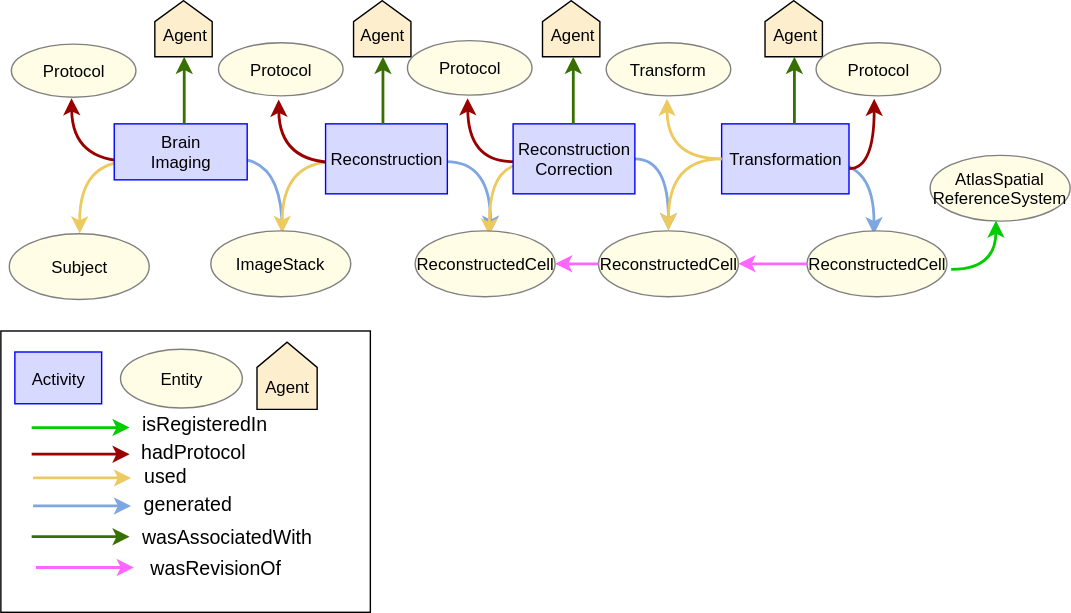
INCF/neuroshapes keeps this draw.io diagram as provpatterns/assets/transform-morphology-atlas-space-prov-template.svg. Above is the earlier version. Source tidied: cells renumbered, new cells last; positions are measured from the earlier drawing's top-left corner, leaving out a move shared by most shapes. Its diagram source:
```xml
<mxGraphModel>
  <root>
    <mxCell id="0" />
    <mxCell id="1" parent="0" />
    <mxCell id="2" style="endArrow=classic;html=1;entryX=0.5;entryY=1;exitX=0;exitY=0.5;edgeStyle=orthogonalEdgeStyle;curved=1;strokeColor=#990000;strokeWidth=2;" parent="1" edge="1">
      <mxGeometry relative="1" as="geometry">
        <mxPoint x="93" y="114.7" as="sourcePoint" />
        <mxPoint x="50.5" y="69.7" as="targetPoint" />
      </mxGeometry>
    </mxCell>
    <mxCell id="3" style="edgeStyle=orthogonalEdgeStyle;curved=1;rounded=0;html=1;exitX=0;exitY=0.5;entryX=0.5;entryY=0;jettySize=auto;orthogonalLoop=1;strokeColor=#EDCA5F;strokeWidth=2;" parent="1" edge="1">
      <mxGeometry relative="1" as="geometry">
        <mxPoint x="93" y="114.7" as="sourcePoint" />
        <mxPoint x="56.3" y="166.3" as="targetPoint" />
      </mxGeometry>
    </mxCell>
    <mxCell id="4" style="edgeStyle=orthogonalEdgeStyle;curved=1;rounded=0;html=1;exitX=1;exitY=0.5;jettySize=auto;orthogonalLoop=1;strokeWidth=2;strokeColor=#7EA6E0;endArrow=none;endFill=0;" parent="1" edge="1">
      <mxGeometry relative="1" as="geometry">
        <mxPoint x="168" y="113" as="sourcePoint" />
        <mxPoint x="201" y="164" as="targetPoint" />
      </mxGeometry>
    </mxCell>
    <mxCell id="5" style="edgeStyle=orthogonalEdgeStyle;curved=1;rounded=0;html=1;exitX=0;exitY=0.5;entryX=0.5;entryY=0;jettySize=auto;orthogonalLoop=1;strokeColor=#EDCA5F;fillColor=#fff2cc;strokeWidth=2;" parent="1" edge="1">
      <mxGeometry relative="1" as="geometry">
        <mxPoint x="239" y="115" as="sourcePoint" />
        <mxPoint x="201" y="166" as="targetPoint" />
      </mxGeometry>
    </mxCell>
    <mxCell id="6" style="edgeStyle=orthogonalEdgeStyle;curved=1;rounded=0;html=1;exitX=1;exitY=0.5;jettySize=auto;orthogonalLoop=1;strokeWidth=2;strokeColor=#7EA6E0;entryX=0.5;entryY=0;" parent="1" edge="1">
      <mxGeometry relative="1" as="geometry">
        <mxPoint x="318.2" y="115" as="sourcePoint" />
        <mxPoint x="349.8" y="165.8" as="targetPoint" />
      </mxGeometry>
    </mxCell>
    <mxCell id="7" style="endArrow=classic;html=1;entryX=0.5;entryY=1;exitX=0;exitY=0.5;edgeStyle=orthogonalEdgeStyle;curved=1;strokeColor=#990000;strokeWidth=2;" parent="1" edge="1">
      <mxGeometry relative="1" as="geometry">
        <mxPoint x="241" y="115.7" as="sourcePoint" />
        <mxPoint x="198.5" y="70.7" as="targetPoint" />
      </mxGeometry>
    </mxCell>
    <mxCell id="8" style="edgeStyle=orthogonalEdgeStyle;curved=1;rounded=0;html=1;jettySize=auto;strokeWidth=2;strokeColor=#7EA6E0;entryX=0.5;entryY=0;exitX=1;exitY=0.5;" parent="1" edge="1" source="14" target="19">
      <mxGeometry relative="1" as="geometry" />
    </mxCell>
    <mxCell id="9" style="edgeStyle=orthogonalEdgeStyle;curved=1;rounded=0;html=1;exitX=1;exitY=0.5;jettySize=auto;orthogonalLoop=1;strokeWidth=2;strokeColor=#7EA6E0;entryX=0.5;entryY=0;" parent="1" edge="1">
      <mxGeometry relative="1" as="geometry">
        <mxPoint x="592.2" y="116" as="sourcePoint" />
        <mxPoint x="623.8" y="166.8" as="targetPoint" />
      </mxGeometry>
    </mxCell>
    <mxCell id="10" style="endArrow=classic;html=1;entryX=0.5;entryY=1;edgeStyle=orthogonalEdgeStyle;curved=1;strokeColor=#990000;strokeWidth=2;" parent="1" edge="1">
      <mxGeometry relative="1" as="geometry">
        <mxPoint x="366" y="115" as="sourcePoint" />
        <mxPoint x="333.5" y="69.7" as="targetPoint" />
      </mxGeometry>
    </mxCell>
    <mxCell id="11" style="edgeStyle=orthogonalEdgeStyle;curved=1;rounded=0;html=1;entryX=0.5;entryY=0;jettySize=auto;orthogonalLoop=1;strokeColor=#EDCA5F;fillColor=#fff2cc;strokeWidth=2;" parent="1" edge="1">
      <mxGeometry relative="1" as="geometry">
        <mxPoint x="374" y="117" as="sourcePoint" />
        <mxPoint x="349" y="167.7" as="targetPoint" />
      </mxGeometry>
    </mxCell>
    <mxCell id="12" value="Brain&lt;br&gt;Imaging&lt;br&gt;" style="rounded=0;whiteSpace=wrap;html=1;strokeColor=#0000ff;fillColor=#d8d9fe;fontSize=12;" parent="1" vertex="1">
      <mxGeometry x="81" y="88" width="95" height="40" as="geometry" />
    </mxCell>
    <mxCell id="13" value="Reconstruction&lt;br&gt;" style="rounded=0;whiteSpace=wrap;html=1;strokeColor=#0000ff;fillColor=#d8d9fe;fontSize=12;" parent="1" vertex="1">
      <mxGeometry x="232" y="88" width="87" height="50" as="geometry" />
    </mxCell>
    <mxCell id="14" value="Reconstruction&lt;div&gt;Correction&lt;/div&gt;" style="rounded=0;whiteSpace=wrap;html=1;strokeColor=#0000ff;fillColor=#d8d9fe;fontSize=12;" parent="1" vertex="1">
      <mxGeometry x="366" y="88" width="87" height="50" as="geometry" />
    </mxCell>
    <mxCell id="15" value="Transformation&lt;br&gt;" style="rounded=0;whiteSpace=wrap;html=1;strokeColor=#0000ff;fillColor=#d8d9fe;fontSize=12;" parent="1" vertex="1">
      <mxGeometry x="515" y="88" width="91" height="50" as="geometry" />
    </mxCell>
    <mxCell id="16" value="Subject" style="ellipse;whiteSpace=wrap;html=1;fillColor=#FFFDE5;strokeColor=#808080;fontSize=12;" parent="1" vertex="1">
      <mxGeometry x="6" y="166" width="100" height="47" as="geometry" />
    </mxCell>
    <mxCell id="17" value="ImageStack" style="ellipse;whiteSpace=wrap;html=1;fillColor=#FFFDE5;strokeColor=#808080;fontSize=12;" parent="1" vertex="1">
      <mxGeometry x="150" y="164" width="100" height="47" as="geometry" />
    </mxCell>
    <mxCell id="18" value="ReconstructedCell" style="ellipse;whiteSpace=wrap;html=1;fillColor=#FFFDE5;strokeColor=#808080;fontSize=12;" parent="1" vertex="1">
      <mxGeometry x="296" y="164" width="100" height="47" as="geometry" />
    </mxCell>
    <mxCell id="19" value="ReconstructedCell" style="ellipse;whiteSpace=wrap;html=1;fillColor=#FFFDE5;strokeColor=#808080;fontSize=12;" parent="1" vertex="1">
      <mxGeometry x="426.5" y="164" width="100" height="47" as="geometry" />
    </mxCell>
    <mxCell id="20" value="ReconstructedCell&lt;br&gt;" style="ellipse;whiteSpace=wrap;html=1;fillColor=#FFFDE5;strokeColor=#808080;fontSize=12;" parent="1" vertex="1">
      <mxGeometry x="576" y="164" width="100" height="47" as="geometry" />
    </mxCell>
    <mxCell id="21" style="endArrow=classic;html=1;strokeColor=#FF66FF;strokeWidth=2;fillColor=#f8cecc;entryX=1;entryY=0.5;exitX=0;exitY=0.5;" parent="1" edge="1" source="20" target="19">
      <mxGeometry relative="1" as="geometry" />
    </mxCell>
    <mxCell id="22" style="endArrow=classic;html=1;strokeColor=#FF66FF;strokeWidth=2;fillColor=#f8cecc;entryX=1;entryY=0.5;exitX=0;exitY=0.5;" parent="1" edge="1" source="19" target="18">
      <mxGeometry relative="1" as="geometry" />
    </mxCell>
    <mxCell id="23" value="&#10;Agent " style="group;fontSize=12;" parent="1" vertex="1">
      <mxGeometry x="110" width="42" height="40" as="geometry" />
    </mxCell>
    <mxCell id="24" style="shape=offPageConnector;strokeColor=#000000;fillColor=#fdeecd;rotation=-180;verticalAlign=top;horizontal=1;html=1;whiteSpace=wrap;align=center;fontSize=12;" parent="23" vertex="1">
      <mxGeometry width="41" height="40" as="geometry" />
    </mxCell>
    <mxCell id="25" value="Agent" style="text;html=1;strokeColor=none;fillColor=none;align=center;verticalAlign=middle;whiteSpace=wrap;rounded=0;fontSize=12;" parent="23" vertex="1">
      <mxGeometry x="2" y="14" width="40" height="20" as="geometry" />
    </mxCell>
    <mxCell id="26" style="endArrow=classic;html=1;fontSize=12;strokeWidth=2;strokeColor=#387000;entryX=0.5;entryY=0;" parent="1" edge="1" target="24">
      <mxGeometry relative="1" as="geometry">
        <mxPoint x="131" y="88" as="sourcePoint" />
      </mxGeometry>
    </mxCell>
    <mxCell id="27" value="&#10;Agent " style="group;fontSize=12;" parent="1" vertex="1">
      <mxGeometry x="254" width="49" height="50" as="geometry" />
    </mxCell>
    <mxCell id="28" style="shape=offPageConnector;strokeColor=#000000;fillColor=#fdeecd;rotation=-180;verticalAlign=top;horizontal=1;html=1;whiteSpace=wrap;align=center;fontSize=12;" parent="27" vertex="1">
      <mxGeometry x="-2" width="41" height="40" as="geometry" />
    </mxCell>
    <mxCell id="29" value="Agent" style="text;html=1;strokeColor=none;fillColor=none;align=center;verticalAlign=middle;whiteSpace=wrap;rounded=0;fontSize=12;" parent="27" vertex="1">
      <mxGeometry x="-1" y="14" width="40" height="20" as="geometry" />
    </mxCell>
    <mxCell id="30" style="endArrow=classic;html=1;fontSize=12;strokeWidth=2;strokeColor=#387000;" parent="1" edge="1">
      <mxGeometry relative="1" as="geometry">
        <mxPoint x="273" y="88" as="sourcePoint" />
        <mxPoint x="273" y="40" as="targetPoint" />
      </mxGeometry>
    </mxCell>
    <mxCell id="31" value="&#10;Agent " style="group;fontSize=12;" parent="1" vertex="1">
      <mxGeometry x="387" width="42" height="40" as="geometry" />
    </mxCell>
    <mxCell id="32" style="shape=offPageConnector;strokeColor=#000000;fillColor=#fdeecd;rotation=-180;verticalAlign=top;horizontal=1;html=1;whiteSpace=wrap;align=center;fontSize=12;" parent="31" vertex="1">
      <mxGeometry width="41" height="40" as="geometry" />
    </mxCell>
    <mxCell id="33" value="Agent" style="text;html=1;strokeColor=none;fillColor=none;align=center;verticalAlign=middle;whiteSpace=wrap;rounded=0;fontSize=12;" parent="31" vertex="1">
      <mxGeometry x="2" y="14" width="40" height="20" as="geometry" />
    </mxCell>
    <mxCell id="34" value="&#10;Agent " style="group;fontSize=12;" parent="1" vertex="1">
      <mxGeometry x="546" width="42" height="40" as="geometry" />
    </mxCell>
    <mxCell id="35" style="shape=offPageConnector;strokeColor=#000000;fillColor=#fdeecd;rotation=-180;verticalAlign=top;horizontal=1;html=1;whiteSpace=wrap;align=center;fontSize=12;" parent="34" vertex="1">
      <mxGeometry width="41" height="40" as="geometry" />
    </mxCell>
    <mxCell id="36" value="Agent" style="text;html=1;strokeColor=none;fillColor=none;align=center;verticalAlign=middle;whiteSpace=wrap;rounded=0;fontSize=12;" parent="34" vertex="1">
      <mxGeometry x="2" y="14" width="40" height="20" as="geometry" />
    </mxCell>
    <mxCell id="37" style="endArrow=classic;html=1;fontSize=12;strokeWidth=2;strokeColor=#387000;entryX=0.5;entryY=0;" parent="1" edge="1" target="35">
      <mxGeometry relative="1" as="geometry">
        <mxPoint x="567" y="88" as="sourcePoint" />
      </mxGeometry>
    </mxCell>
    <mxCell id="38" style="endArrow=classic;html=1;fontSize=12;strokeWidth=2;strokeColor=#387000;entryX=0.5;entryY=0;" parent="1" edge="1">
      <mxGeometry relative="1" as="geometry">
        <mxPoint x="409" y="88" as="sourcePoint" />
        <mxPoint x="409" y="40" as="targetPoint" />
      </mxGeometry>
    </mxCell>
    <mxCell id="39" style="endArrow=classic;html=1;entryX=0.5;entryY=1;exitX=1;exitY=0.5;edgeStyle=orthogonalEdgeStyle;curved=1;strokeColor=#990000;strokeWidth=2;" parent="1" edge="1">
      <mxGeometry relative="1" as="geometry">
        <mxPoint x="606" y="120" as="sourcePoint" />
        <mxPoint x="624" y="70" as="targetPoint" />
        <Array as="points">
          <mxPoint x="624" y="120" />
        </Array>
      </mxGeometry>
    </mxCell>
    <mxCell id="40" style="edgeStyle=orthogonalEdgeStyle;curved=1;rounded=0;html=1;exitX=0;exitY=0.5;entryX=0.5;entryY=1;jettySize=auto;strokeColor=#EDCA5F;strokeWidth=2;fillColor=none;" parent="1" edge="1" source="15">
      <mxGeometry relative="1" as="geometry">
        <mxPoint x="476" y="70" as="targetPoint" />
      </mxGeometry>
    </mxCell>
    <mxCell id="41" value="AtlasSpatial&lt;div&gt;ReferenceSystem&lt;/div&gt;" style="ellipse;whiteSpace=wrap;html=1;fillColor=#FFFDE5;strokeColor=#808080;fontSize=12;" parent="1" vertex="1">
      <mxGeometry x="664" y="110" width="100" height="47" as="geometry" />
    </mxCell>
    <mxCell id="42" style="endArrow=classic;html=1;strokeColor=#00CC00;strokeWidth=2;edgeStyle=orthogonalEdgeStyle;curved=1;" parent="1" edge="1">
      <mxGeometry relative="1" as="geometry">
        <mxPoint x="679" y="192" as="sourcePoint" />
        <mxPoint x="711" y="157" as="targetPoint" />
        <Array as="points">
          <mxPoint x="711" y="192" />
        </Array>
      </mxGeometry>
    </mxCell>
    <mxCell id="43" style="endArrow=classic;html=1;strokeColor=#EDCA5F;strokeWidth=2;" parent="1" edge="1">
      <mxGeometry relative="1" as="geometry">
        <mxPoint x="23" y="341" as="sourcePoint" />
        <mxPoint x="93" y="341" as="targetPoint" />
      </mxGeometry>
    </mxCell>
    <mxCell id="44" value="&lt;span style=&quot;font-size: 14px&quot;&gt;used&lt;/span&gt;" style="text;html=1;strokeColor=none;fillColor=none;align=center;verticalAlign=middle;whiteSpace=wrap;" parent="1" vertex="1">
      <mxGeometry x="100" y="329" width="35" height="20" as="geometry" />
    </mxCell>
    <mxCell id="45" style="endArrow=classic;html=1;strokeColor=#7EA6E0;strokeWidth=2;" parent="1" edge="1">
      <mxGeometry relative="1" as="geometry">
        <mxPoint x="23" y="361" as="sourcePoint" />
        <mxPoint x="93" y="361" as="targetPoint" />
      </mxGeometry>
    </mxCell>
    <mxCell id="46" value="&lt;span style=&quot;font-size: 14px&quot;&gt;generated&lt;/span&gt;" style="text;html=1;strokeColor=none;fillColor=none;align=center;verticalAlign=middle;whiteSpace=wrap;" parent="1" vertex="1">
      <mxGeometry x="101" y="349" width="65" height="20" as="geometry" />
    </mxCell>
    <mxCell id="47" style="endArrow=classic;html=1;strokeColor=#990000;strokeWidth=2;" parent="1" edge="1">
      <mxGeometry relative="1" as="geometry">
        <mxPoint x="22" y="324" as="sourcePoint" />
        <mxPoint x="92" y="324" as="targetPoint" />
      </mxGeometry>
    </mxCell>
    <mxCell id="48" value="&lt;span style=&quot;font-size: 14px&quot;&gt;hadProtocol&lt;/span&gt;" style="text;html=1;strokeColor=none;fillColor=none;align=center;verticalAlign=middle;whiteSpace=wrap;" parent="1" vertex="1">
      <mxGeometry x="100" y="312" width="75" height="20" as="geometry" />
    </mxCell>
    <mxCell id="49" style="endArrow=classic;html=1;strokeColor=#00CC00;strokeWidth=2;" parent="1" edge="1">
      <mxGeometry relative="1" as="geometry">
        <mxPoint x="22" y="305" as="sourcePoint" />
        <mxPoint x="92" y="305" as="targetPoint" />
      </mxGeometry>
    </mxCell>
    <mxCell id="50" value="&lt;span style=&quot;font-size: 14px&quot;&gt;isRegisteredIn&lt;br&gt;&lt;/span&gt;" style="text;html=1;strokeColor=none;fillColor=none;align=center;verticalAlign=middle;whiteSpace=wrap;fontSize=11;" parent="1" vertex="1">
      <mxGeometry x="108" y="292" width="75" height="20" as="geometry" />
    </mxCell>
    <mxCell id="51" value="&lt;span style=&quot;font-size: 14px&quot;&gt;wasAssociatedWith&lt;/span&gt;" style="text;html=1;strokeColor=none;fillColor=none;align=center;verticalAlign=middle;whiteSpace=wrap;" parent="1" vertex="1">
      <mxGeometry x="129" y="373" width="65" height="20" as="geometry" />
    </mxCell>
    <mxCell id="52" style="endArrow=classic;html=1;exitX=0.5;exitY=0;fontSize=12;strokeWidth=2;strokeColor=#387000;" parent="1" edge="1">
      <mxGeometry relative="1" as="geometry">
        <mxPoint x="22" y="383" as="sourcePoint" />
        <mxPoint x="92" y="383" as="targetPoint" />
      </mxGeometry>
    </mxCell>
    <mxCell id="53" value="Activity" style="rounded=0;whiteSpace=wrap;html=1;strokeColor=#0000ff;fillColor=#d8d9fe;fontSize=12;" parent="1" vertex="1">
      <mxGeometry x="10" y="251" width="62" height="37" as="geometry" />
    </mxCell>
    <mxCell id="54" value="Entity" style="ellipse;whiteSpace=wrap;html=1;fillColor=#FFFDE5;strokeColor=#808080;fontSize=12;" parent="1" vertex="1">
      <mxGeometry x="85" y="249" width="87" height="42" as="geometry" />
    </mxCell>
    <mxCell id="55" style="group;" parent="1" vertex="1">
      <mxGeometry x="183" y="244" width="43" height="48" as="geometry" />
    </mxCell>
    <mxCell id="56" style="shape=offPageConnector;strokeColor=#000000;fillColor=#fdeecd;rotation=-180;verticalAlign=top;horizontal=1;html=1;whiteSpace=wrap;align=center;fontSize=12;" parent="55" vertex="1">
      <mxGeometry width="43" height="48" as="geometry" />
    </mxCell>
    <mxCell id="57" value="Agent" style="text;html=1;strokeColor=none;fillColor=none;align=center;verticalAlign=middle;whiteSpace=wrap;rounded=0;fontSize=12;" parent="55" vertex="1">
      <mxGeometry x="18.3" y="30.4" width="6.4" height="3.2" as="geometry" />
    </mxCell>
    <mxCell id="58" style="rounded=0;whiteSpace=wrap;html=1;fillColor=none;" parent="1" vertex="1">
      <mxGeometry y="236" width="264" height="201" as="geometry" />
    </mxCell>
    <mxCell id="59" style="endArrow=classic;html=1;strokeColor=#FF66FF;strokeWidth=2;fillColor=#f8cecc;" parent="1" edge="1">
      <mxGeometry relative="1" as="geometry">
        <mxPoint x="25" y="405" as="sourcePoint" />
        <mxPoint x="95" y="405" as="targetPoint" />
      </mxGeometry>
    </mxCell>
    <mxCell id="60" value="&lt;span style=&quot;font-size: 14px&quot;&gt;wasRevisionOf&lt;/span&gt;" style="text;html=1;strokeColor=none;fillColor=none;align=center;verticalAlign=middle;whiteSpace=wrap;" parent="1" vertex="1">
      <mxGeometry x="102" y="397" width="104" height="16" as="geometry" />
    </mxCell>
    <mxCell id="61" value="Protocol" style="ellipse;whiteSpace=wrap;html=1;fillColor=#FFFDE5;strokeColor=#808080;fontSize=12;" parent="1" vertex="1">
      <mxGeometry x="290" y="28" width="89" height="39" as="geometry" />
    </mxCell>
    <mxCell id="62" value="Protocol" style="ellipse;whiteSpace=wrap;html=1;fillColor=#FFFDE5;strokeColor=#808080;fontSize=12;" parent="1" vertex="1">
      <mxGeometry x="155" y="30" width="89" height="38" as="geometry" />
    </mxCell>
    <mxCell id="63" value="Protocol" style="ellipse;whiteSpace=wrap;html=1;fillColor=#FFFDE5;strokeColor=#808080;fontSize=12;" parent="1" vertex="1">
      <mxGeometry x="7" y="31" width="89" height="38" as="geometry" />
    </mxCell>
    <mxCell id="64" value="Protocol" style="ellipse;whiteSpace=wrap;html=1;fillColor=#FFFDE5;strokeColor=#808080;fontSize=12;" parent="1" vertex="1">
      <mxGeometry x="582" y="30" width="89" height="38" as="geometry" />
    </mxCell>
    <mxCell id="65" value="Transform" style="ellipse;whiteSpace=wrap;html=1;fillColor=#FFFDE5;strokeColor=#808080;fontSize=12;" parent="1" vertex="1">
      <mxGeometry x="432" y="30" width="89" height="38" as="geometry" />
    </mxCell>
    <mxCell id="66" style="edgeStyle=orthogonalEdgeStyle;curved=1;rounded=0;html=1;entryX=0.5;entryY=0;jettySize=auto;strokeColor=#EDCA5F;fillColor=#fff2cc;strokeWidth=2;exitX=0;exitY=0.5;" parent="1" edge="1" source="15" target="19">
      <mxGeometry relative="1" as="geometry" />
    </mxCell>
  </root>
</mxGraphModel>
```
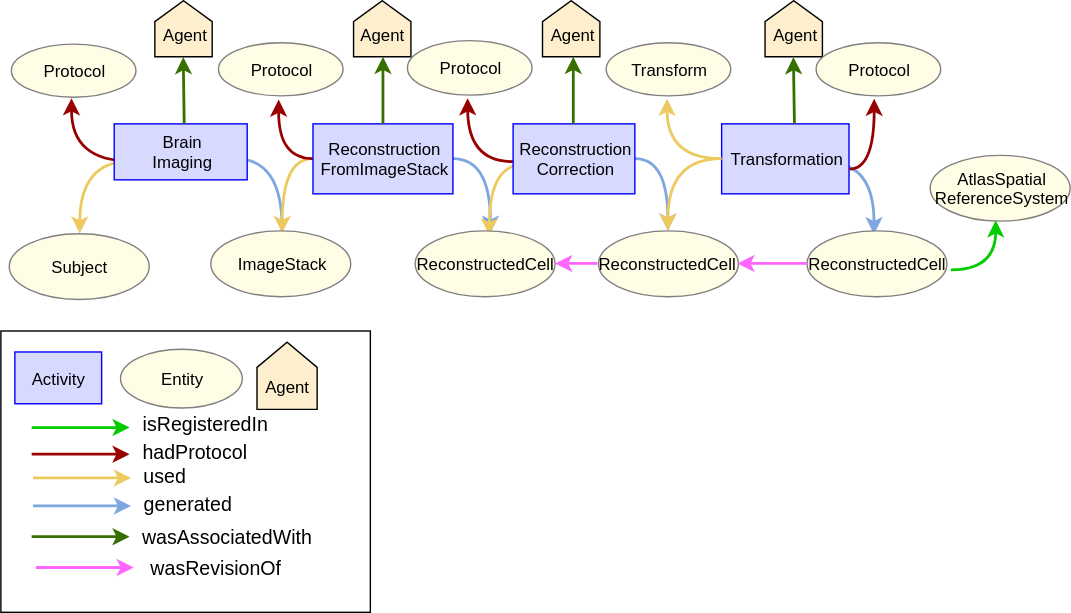
Later version of the same file.

Commit message:
Added ReconstructionFromImageStack schema

Change to the diagram source:
```diff
@@ -20,21 +20,18 @@
         <mxPoint x="201" y="164" as="targetPoint" />
       </mxGeometry>
     </mxCell>
-    <mxCell id="5" style="edgeStyle=orthogonalEdgeStyle;curved=1;rounded=0;html=1;exitX=0;exitY=0.5;entryX=0.5;entryY=0;jettySize=auto;orthogonalLoop=1;strokeColor=#EDCA5F;fillColor=#fff2cc;strokeWidth=2;" parent="1" edge="1">
+    <mxCell id="5" style="edgeStyle=orthogonalEdgeStyle;curved=1;rounded=0;html=1;exitX=0;exitY=0.5;entryX=0.5;entryY=0;jettySize=auto;strokeColor=#EDCA5F;fillColor=#fff2cc;strokeWidth=2;" parent="1" edge="1" source="13">
       <mxGeometry relative="1" as="geometry">
-        <mxPoint x="239" y="115" as="sourcePoint" />
         <mxPoint x="201" y="166" as="targetPoint" />
       </mxGeometry>
     </mxCell>
-    <mxCell id="6" style="edgeStyle=orthogonalEdgeStyle;curved=1;rounded=0;html=1;exitX=1;exitY=0.5;jettySize=auto;orthogonalLoop=1;strokeWidth=2;strokeColor=#7EA6E0;entryX=0.5;entryY=0;" parent="1" edge="1">
+    <mxCell id="6" style="edgeStyle=orthogonalEdgeStyle;curved=1;rounded=0;html=1;exitX=1;exitY=0.5;jettySize=auto;strokeWidth=2;strokeColor=#7EA6E0;entryX=0.5;entryY=0;" parent="1" edge="1" source="13">
       <mxGeometry relative="1" as="geometry">
-        <mxPoint x="318.2" y="115" as="sourcePoint" />
         <mxPoint x="349.8" y="165.8" as="targetPoint" />
       </mxGeometry>
     </mxCell>
-    <mxCell id="7" style="endArrow=classic;html=1;entryX=0.5;entryY=1;exitX=0;exitY=0.5;edgeStyle=orthogonalEdgeStyle;curved=1;strokeColor=#990000;strokeWidth=2;" parent="1" edge="1">
+    <mxCell id="7" style="endArrow=classic;html=1;entryX=0.5;entryY=1;exitX=0;exitY=0.5;edgeStyle=orthogonalEdgeStyle;curved=1;strokeColor=#990000;strokeWidth=2;" parent="1" edge="1" source="13">
       <mxGeometry relative="1" as="geometry">
-        <mxPoint x="241" y="115.7" as="sourcePoint" />
         <mxPoint x="198.5" y="70.7" as="targetPoint" />
       </mxGeometry>
     </mxCell>
@@ -62,8 +59,8 @@
     <mxCell id="12" value="Brain&lt;br&gt;Imaging&lt;br&gt;" style="rounded=0;whiteSpace=wrap;html=1;strokeColor=#0000ff;fillColor=#d8d9fe;fontSize=12;" parent="1" vertex="1">
       <mxGeometry x="81" y="88" width="95" height="40" as="geometry" />
     </mxCell>
-    <mxCell id="13" value="Reconstruction&lt;br&gt;" style="rounded=0;whiteSpace=wrap;html=1;strokeColor=#0000ff;fillColor=#d8d9fe;fontSize=12;" parent="1" vertex="1">
-      <mxGeometry x="232" y="88" width="87" height="50" as="geometry" />
+    <mxCell id="13" value="Reconstruction&lt;br&gt;FromImageStack&lt;br&gt;" style="rounded=0;whiteSpace=wrap;html=1;strokeColor=#0000ff;fillColor=#d8d9fe;fontSize=12;" parent="1" vertex="1">
+      <mxGeometry x="223" y="88" width="100" height="50" as="geometry" />
     </mxCell>
     <mxCell id="14" value="Reconstruction&lt;div&gt;Correction&lt;/div&gt;" style="rounded=0;whiteSpace=wrap;html=1;strokeColor=#0000ff;fillColor=#d8d9fe;fontSize=12;" parent="1" vertex="1">
       <mxGeometry x="366" y="88" width="87" height="50" as="geometry" />
@@ -152,7 +149,7 @@
     </mxCell>
     <mxCell id="39" style="endArrow=classic;html=1;entryX=0.5;entryY=1;exitX=1;exitY=0.5;edgeStyle=orthogonalEdgeStyle;curved=1;strokeColor=#990000;strokeWidth=2;" parent="1" edge="1">
       <mxGeometry relative="1" as="geometry">
-        <mxPoint x="606" y="120" as="sourcePoint" />
+        <mxPoint x="606.3" y="120.3" as="sourcePoint" />
         <mxPoint x="624" y="70" as="targetPoint" />
         <Array as="points">
           <mxPoint x="624" y="120" />
@@ -169,8 +166,8 @@
     </mxCell>
     <mxCell id="42" style="endArrow=classic;html=1;strokeColor=#00CC00;strokeWidth=2;edgeStyle=orthogonalEdgeStyle;curved=1;" parent="1" edge="1">
       <mxGeometry relative="1" as="geometry">
-        <mxPoint x="679" y="192" as="sourcePoint" />
-        <mxPoint x="711" y="157" as="targetPoint" />
+        <mxPoint x="678.9" y="192.3" as="sourcePoint" />
+        <mxPoint x="710.9" y="156.9" as="targetPoint" />
         <Array as="points">
           <mxPoint x="711" y="192" />
         </Array>
```
